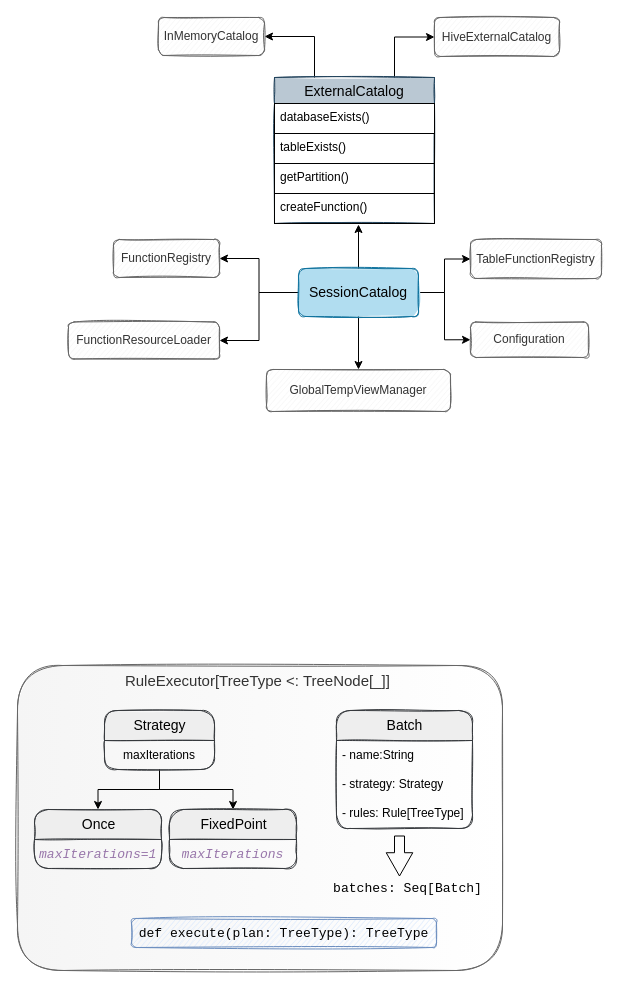
This is SessionCatalog.drawio from kirito1015/spark_source.sql, a draw.io file, before an edit. Source tidied: cells renumbered, new cells numbered last; positions are measured from the earlier drawing's top-left corner, leaving out a move shared by most shapes. Both pictures are drawn from the tidied source at 100%, with x=0, y=0 at pixel (17, 17).
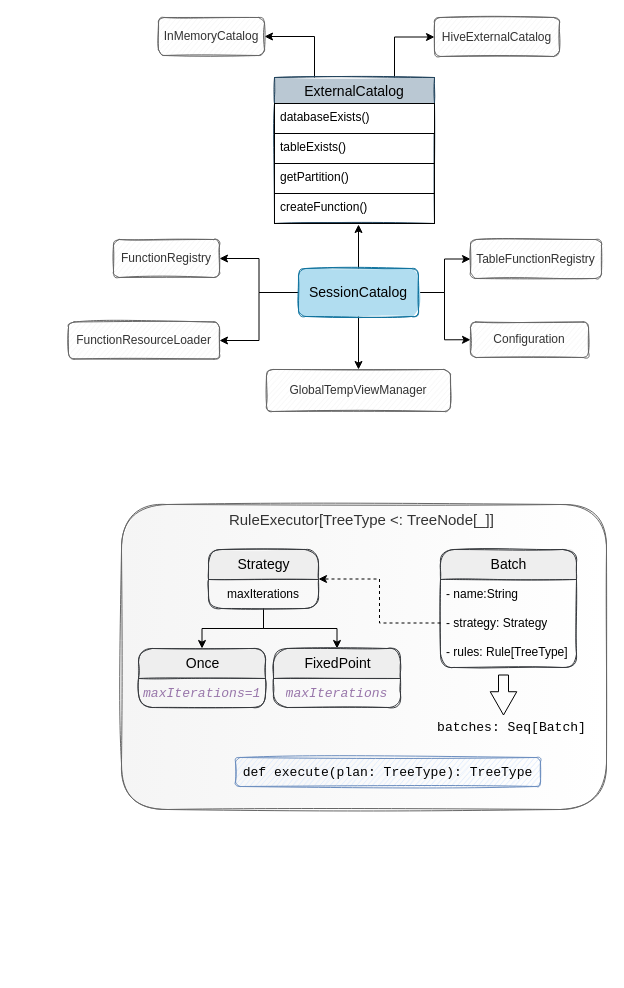
The same page after the edit.

Unchanged cells that the change refers to:
```xml
<mxCell id="30" value="- strategy: Strategy" style="text;strokeColor=none;fillColor=none;align=left;verticalAlign=middle;spacingLeft=4;spacingRight=4;overflow=hidden;points=[[0,0.5],[1,0.5]];portConstraint=eastwest;rounded=1;shadow=0;glass=0;sketch=1;disableMultiStroke=0;disableMultiStrokeFill=0;fillStyle=auto;fontFamily=Helvetica;fontSize=12;fontColor=default;html=1;" parent="28" vertex="1">
  <mxGeometry y="59" width="136" height="29" as="geometry" />
</mxCell>
```

What changed in the source:
```diff
@@
     <mxCell id="2" value="RuleExecutor[TreeType &amp;lt;: TreeNode[_]]&amp;nbsp;" style="rounded=1;whiteSpace=wrap;html=1;sketch=1;shadow=0;glass=0;fillColor=#f5f5f5;strokeColor=#666666;overflow=visible;noLabel=0;direction=north;perimeter=rectanglePerimeter;fixDash=0;disableMultiStroke=0;disableMultiStrokeFill=0;dashOffset=1;fillStyle=auto;fontSize=15;fontColor=#333333;verticalAlign=top;gradientColor=#ffffff;gradientDirection=south;" parent="1" vertex="1">
-      <mxGeometry y="648" width="485" height="305" as="geometry" />
+      <mxGeometry x="104" y="487" width="485" height="305" as="geometry" />
     </mxCell>
@@
     <mxCell id="26" value="Strategy" style="swimlane;fontStyle=0;horizontal=1;startSize=30;rounded=1;shadow=0;glass=0;sketch=1;disableMultiStroke=0;disableMultiStrokeFill=0;fillStyle=solid;fontFamily=Helvetica;fontSize=14;strokeColor=#36393d;fillColor=#eeeeee;html=1;" parent="1" vertex="1">
-      <mxGeometry x="87" y="693" width="110" height="59" as="geometry" />
+      <mxGeometry x="191" y="532" width="110" height="59" as="geometry" />
     </mxCell>
@@
     <mxCell id="28" value="Batch" style="swimlane;fontStyle=0;horizontal=1;startSize=30;rounded=1;shadow=0;glass=0;sketch=1;disableMultiStroke=0;disableMultiStrokeFill=0;fillStyle=solid;fontFamily=Helvetica;fontSize=14;strokeColor=#36393d;fillColor=#eeeeee;html=1;" parent="1" vertex="1">
-      <mxGeometry x="319" y="693" width="136" height="118" as="geometry" />
+      <mxGeometry x="423" y="532" width="136" height="118" as="geometry" />
     </mxCell>
@@
     <mxCell id="32" value="&lt;pre style=&quot;font-family: &amp;quot;jetbrains mono&amp;quot;, monospace; font-size: 9.8pt;&quot;&gt;&lt;span style=&quot;&quot;&gt;batches&lt;/span&gt;: &lt;span style=&quot;&quot;&gt;Seq&lt;/span&gt;[Batch]&lt;/pre&gt;" style="rounded=1;whiteSpace=wrap;html=1;shadow=0;glass=0;sketch=1;disableMultiStroke=0;disableMultiStrokeFill=0;fillStyle=auto;fontFamily=Helvetica;fontSize=14;fontColor=default;strokeColor=none;fillColor=none;labelBackgroundColor=none;" parent="1" vertex="1">
-      <mxGeometry x="310" y="853" width="161" height="35" as="geometry" />
+      <mxGeometry x="414" y="692" width="161" height="35" as="geometry" />
     </mxCell>
     <mxCell id="33" style="shape=flexArrow;endArrow=classic;html=1;rounded=0;fontFamily=Helvetica;fontSize=14;fontColor=default;width=10;endSize=7.422222222222222;endWidth=15.555555555555555;" parent="1" edge="1">
       <mxGeometry relative="1" as="geometry">
-        <mxPoint x="382" y="818" as="sourcePoint" />
-        <mxPoint x="382" y="859" as="targetPoint" />
+        <mxPoint x="486" y="657" as="sourcePoint" />
+        <mxPoint x="486" y="698" as="targetPoint" />
       </mxGeometry>
     </mxCell>
     <mxCell id="34" value="&lt;pre style=&quot;font-family: &amp;quot;jetbrains mono&amp;quot;, monospace; font-size: 9.8pt;&quot;&gt;&lt;span style=&quot;&quot;&gt;def &lt;/span&gt;&lt;span style=&quot;&quot;&gt;execute&lt;/span&gt;(plan: &lt;span style=&quot;&quot;&gt;TreeType&lt;/span&gt;): &lt;span style=&quot;&quot;&gt;TreeType&lt;/span&gt;&lt;/pre&gt;" style="text;html=1;strokeColor=#6c8ebf;fillColor=#dae8fc;align=center;verticalAlign=middle;whiteSpace=wrap;rounded=1;shadow=0;glass=0;labelBackgroundColor=none;sketch=1;disableMultiStroke=0;disableMultiStrokeFill=0;fillStyle=auto;fontFamily=Helvetica;fontSize=14;" parent="1" vertex="1">
-      <mxGeometry x="114" y="901" width="305" height="29" as="geometry" />
+      <mxGeometry x="218" y="740" width="305" height="29" as="geometry" />
     </mxCell>
     <mxCell id="35" value="Once" style="swimlane;fontStyle=0;horizontal=1;startSize=30;rounded=1;shadow=0;glass=0;sketch=1;disableMultiStroke=0;disableMultiStrokeFill=0;fillStyle=solid;fontFamily=Helvetica;fontSize=14;strokeColor=#36393d;fillColor=#eeeeee;html=1;" parent="1" vertex="1">
-      <mxGeometry x="17" y="792" width="127" height="59" as="geometry" />
+      <mxGeometry x="121" y="631" width="127" height="59" as="geometry" />
     </mxCell>
@@
     <mxCell id="37" value="&lt;span&gt;FixedPoint&lt;/span&gt;" style="swimlane;fontStyle=0;horizontal=1;startSize=30;rounded=1;shadow=0;glass=0;sketch=1;disableMultiStroke=0;disableMultiStrokeFill=0;fillStyle=solid;fontFamily=Helvetica;fontSize=14;strokeColor=#36393d;fillColor=#eeeeee;html=1;" parent="1" vertex="1">
-      <mxGeometry x="152" y="792" width="127" height="59" as="geometry" />
+      <mxGeometry x="256" y="631" width="127" height="59" as="geometry" />
     </mxCell>
@@
+    <mxCell id="39" style="edgeStyle=orthogonalEdgeStyle;rounded=0;jettySize=auto;html=1;entryX=1;entryY=0.5;entryDx=0;entryDy=0;fontFamily=Helvetica;fontSize=14;fontColor=default;dashed=1;" parent="1" edge="1" source="30" target="26">
+      <mxGeometry relative="1" as="geometry" />
+    </mxCell>
```
